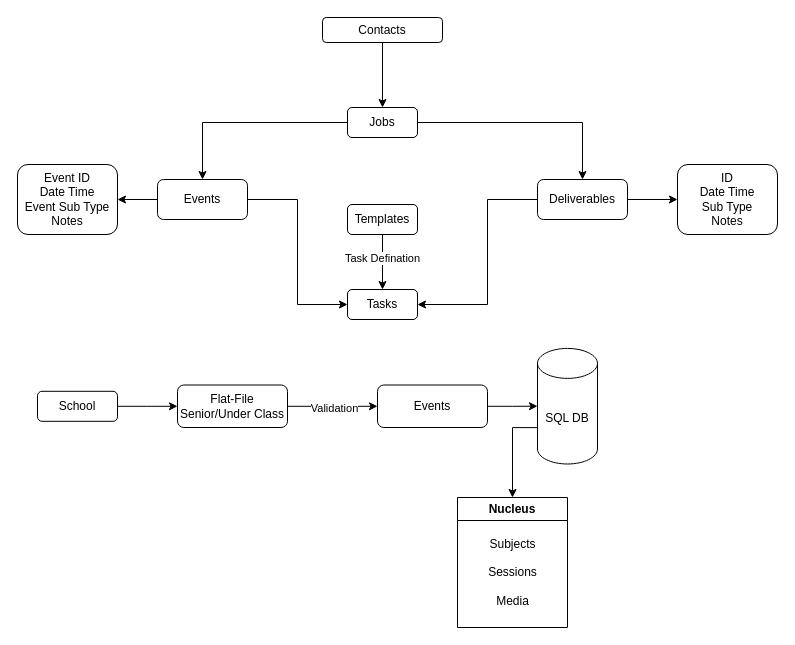
The draw.io diagram page "Jobs" (6 of 8) of 11.drawio in ai-next-zen/diagrams, before the edit. Source tidied: cells renumbered, new cells numbered last; positions are measured from the earlier drawing's top-left corner, leaving out a move shared by most shapes. Both pictures are drawn from the tidied source at 100%, with x=0, y=0 at pixel (17, 17).
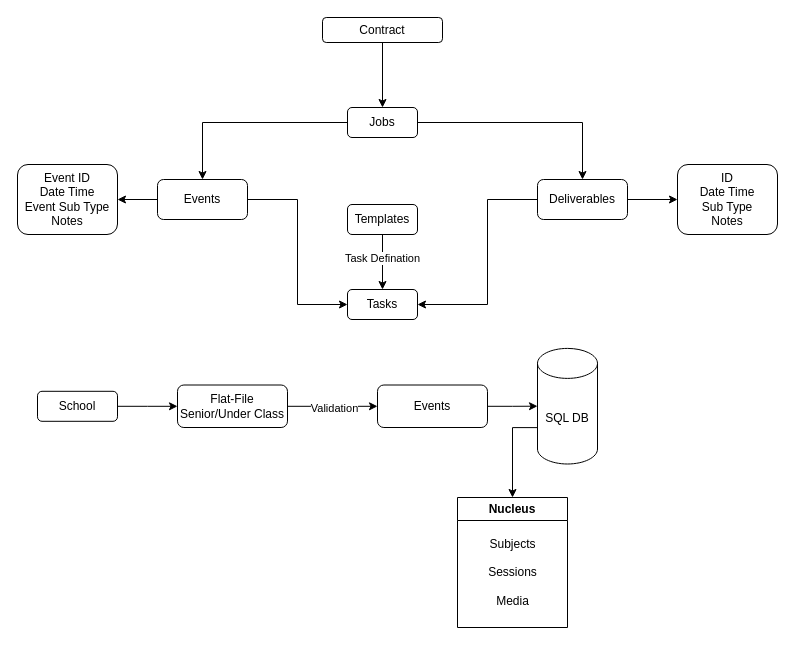
Above is the later version.

What changed in the source:
```diff
@@
-    <mxCell id="16" value="Contacts" style="whiteSpace=wrap;html=1;rounded=1;" parent="1" vertex="1">
+    <mxCell id="16" value="Contract" style="whiteSpace=wrap;html=1;rounded=1;" parent="1" vertex="1">
       <mxGeometry x="305" width="120" height="25" as="geometry" />
     </mxCell>
```
